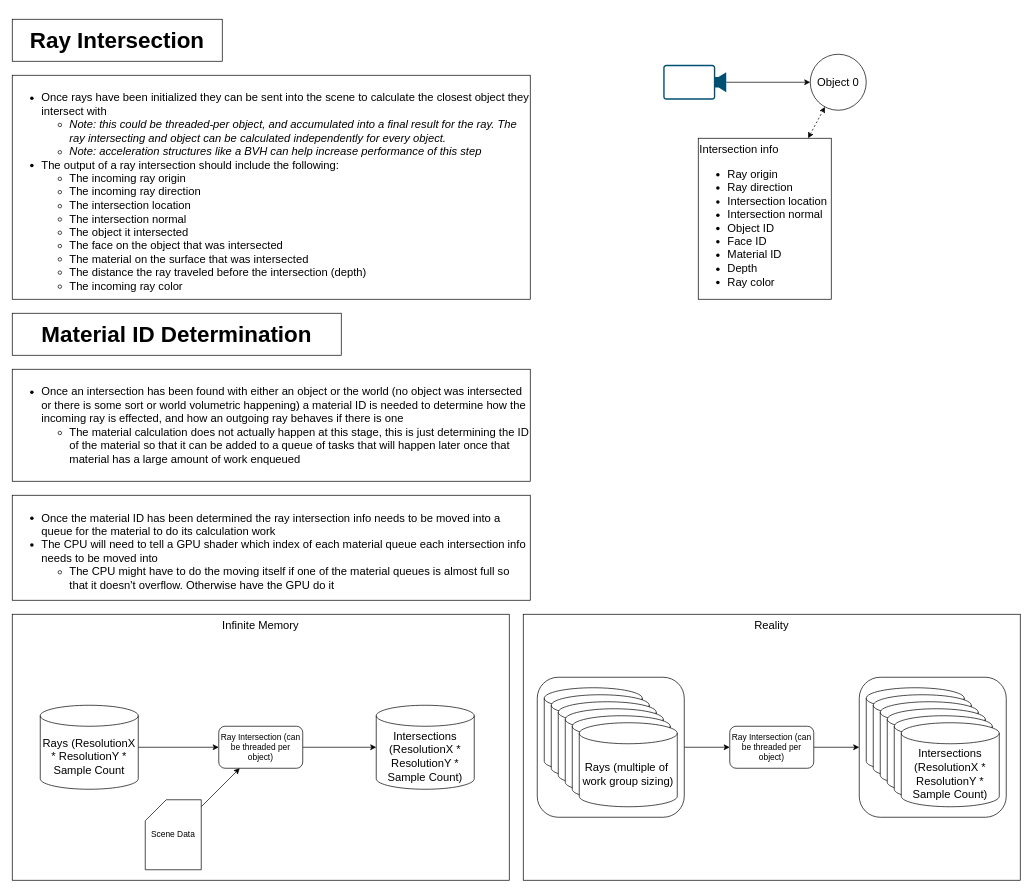
Nicholas-Tuttle/RayTracer keeps this draw.io diagram as page "Ray Intersection" (3 of 6) of doc/Pipeline.drawio. Above is the earlier version. Source tidied: cells renumbered, new cells numbered last; positions are measured from the earlier drawing's top-left corner, leaving out a move shared by most shapes. Both pictures are drawn from the tidied source at 70%, with x=0, y=0 at pixel (12, 19).
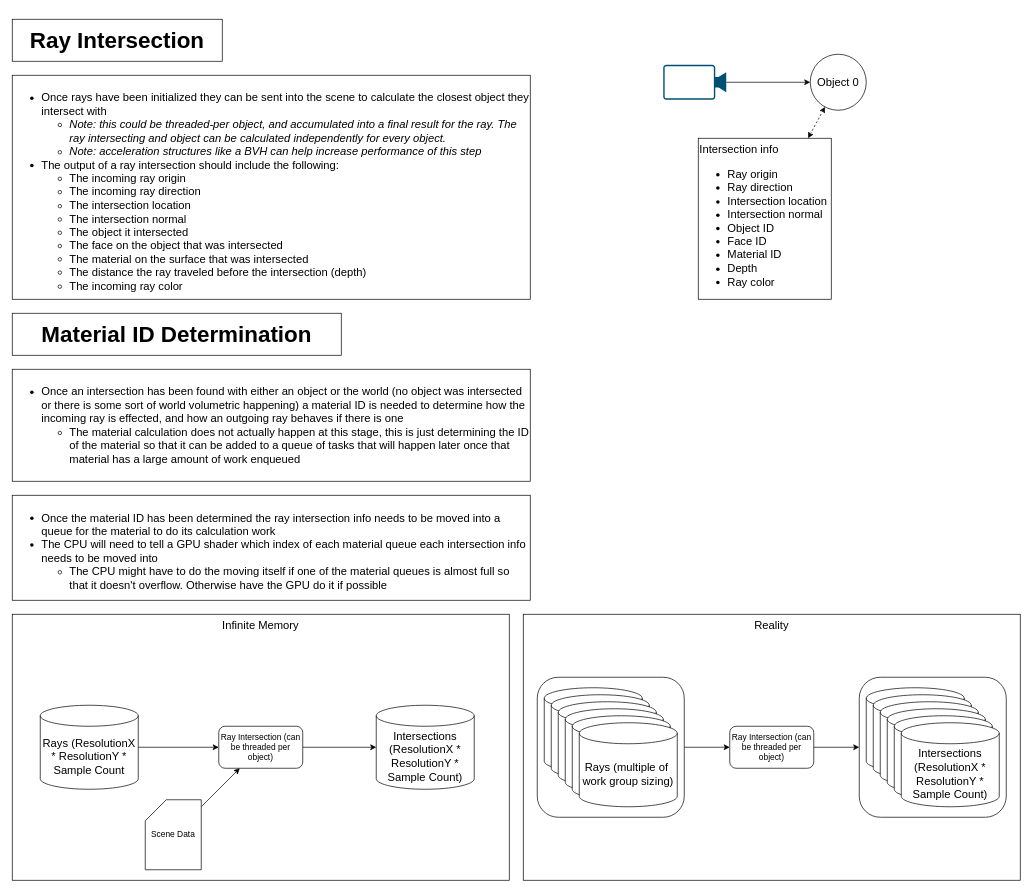
After the change.

Diff of the diagram source:
```diff
@@
-    <mxCell id="5" value="&lt;ul&gt;&lt;li&gt;Once an intersection has been found with either an object or the world (no object was intersected or there is some sort or world volumetric happening) a material ID is needed to determine how the incoming ray is effected, and how an outgoing ray behaves if there is one&lt;/li&gt;&lt;ul&gt;&lt;li&gt;The material calculation does not actually happen at this stage, this is just determining the ID of the material so that it can be added to a queue of tasks that will happen later once that material has a large amount of work enqueued&lt;/li&gt;&lt;/ul&gt;&lt;/ul&gt;" style="rounded=0;whiteSpace=wrap;html=1;strokeColor=default;fontSize=16;fillColor=default;align=left;verticalAlign=top;" parent="1" vertex="1">
+    <mxCell id="5" value="&lt;ul&gt;&lt;li&gt;Once an intersection has been found with either an object or the world (no object was intersected or there is some sort of world volumetric happening) a material ID is needed to determine how the incoming ray is effected, and how an outgoing ray behaves if there is one&lt;/li&gt;&lt;ul&gt;&lt;li&gt;The material calculation does not actually happen at this stage, this is just determining the ID of the material so that it can be added to a queue of tasks that will happen later once that material has a large amount of work enqueued&lt;/li&gt;&lt;/ul&gt;&lt;/ul&gt;" style="rounded=0;whiteSpace=wrap;html=1;strokeColor=default;fontSize=16;fillColor=default;align=left;verticalAlign=top;" parent="1" vertex="1">
       <mxGeometry y="500" width="740" height="160" as="geometry" />
     </mxCell>
@@
-    <mxCell id="11" value="&lt;ul&gt;&lt;li&gt;Once the material ID has been determined the ray intersection info needs to be moved into a queue for the material to do its calculation work&lt;/li&gt;&lt;li&gt;The CPU will need to tell a GPU shader which index of each material queue each intersection info needs to be moved into&lt;/li&gt;&lt;ul&gt;&lt;li&gt;The CPU might have to do the moving itself if one of the material queues is almost full so that it doesn't overflow. Otherwise have the GPU do it&lt;/li&gt;&lt;/ul&gt;&lt;/ul&gt;" style="rounded=0;whiteSpace=wrap;html=1;strokeColor=default;fontSize=16;fillColor=default;align=left;verticalAlign=top;" parent="1" vertex="1">
+    <mxCell id="11" value="&lt;ul&gt;&lt;li&gt;Once the material ID has been determined the ray intersection info needs to be moved into a queue for the material to do its calculation work&lt;/li&gt;&lt;li&gt;The CPU will need to tell a GPU shader which index of each material queue each intersection info needs to be moved into&lt;/li&gt;&lt;ul&gt;&lt;li&gt;The CPU might have to do the moving itself if one of the material queues is almost full so that it doesn't overflow. Otherwise have the GPU do it if possible&lt;/li&gt;&lt;/ul&gt;&lt;/ul&gt;" style="rounded=0;whiteSpace=wrap;html=1;strokeColor=default;fontSize=16;fillColor=default;align=left;verticalAlign=top;" parent="1" vertex="1">
       <mxGeometry y="680" width="740" height="150" as="geometry" />
     </mxCell>
```
